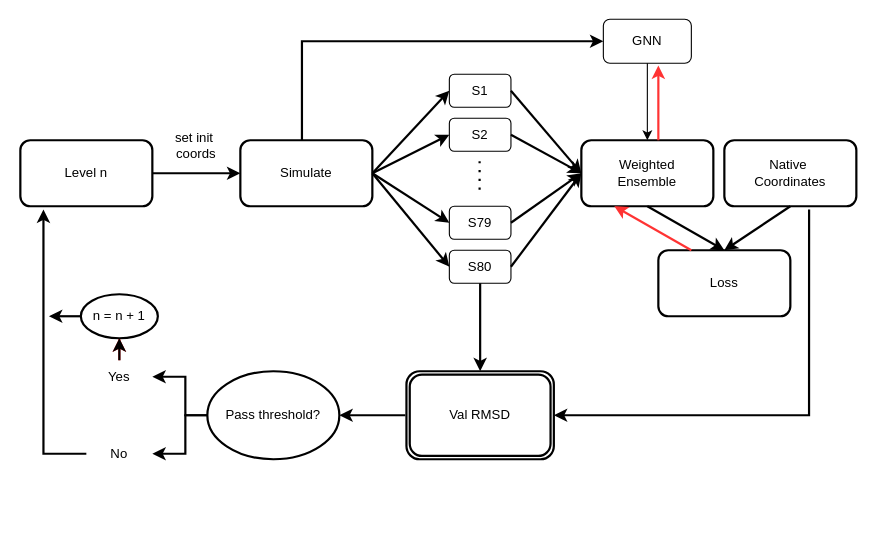
This is Untitled Diagram.drawio from 11carlesnavarro/HealthTrack, a draw.io file, before an edit. Source tidied: cells renumbered, new cells numbered last; positions are measured from the earlier drawing's top-left corner, leaving out a move shared by most shapes. Both pictures are drawn from the tidied source at 110%, with x=0, y=0 at pixel (20, 19).
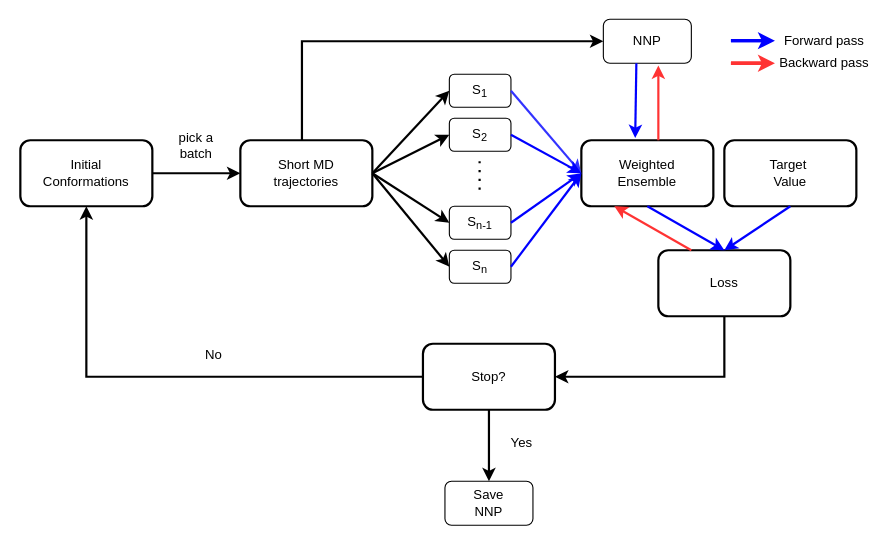
Above is the later version.

The change refers to these unchanged cells:
```xml
<mxCell id="14" value="Weighted&lt;br&gt;Ensemble" style="rounded=1;whiteSpace=wrap;html=1;strokeWidth=2;" parent="1" vertex="1">
  <mxGeometry x="510" y="110" width="120" height="60" as="geometry" />
</mxCell>
<mxCell id="20" value="Loss" style="rounded=1;whiteSpace=wrap;html=1;strokeWidth=2;" parent="1" vertex="1">
  <mxGeometry x="580" y="210" width="120" height="60" as="geometry" />
</mxCell>
```

What changed in the source:
```diff
@@
-    <mxCell id="3" value="Level n" style="rounded=1;whiteSpace=wrap;html=1;strokeWidth=2;" parent="1" vertex="1">
+    <mxCell id="3" value="Initial &lt;br&gt;Conformations" style="rounded=1;whiteSpace=wrap;html=1;strokeWidth=2;" parent="1" vertex="1">
       <mxGeometry y="110" width="120" height="60" as="geometry" />
     </mxCell>
-    <mxCell id="4" value="Simulate" style="whiteSpace=wrap;html=1;rounded=1;strokeColor=default;strokeWidth=2;" parent="1" vertex="1">
+    <mxCell id="4" value="Short MD&lt;br&gt;trajectories" style="whiteSpace=wrap;html=1;rounded=1;strokeColor=default;strokeWidth=2;" parent="1" vertex="1">
       <mxGeometry x="200" y="110" width="120" height="60" as="geometry" />
     </mxCell>
@@
-    <mxCell id="6" value="S1" style="rounded=1;whiteSpace=wrap;html=1;" parent="1" vertex="1">
+    <mxCell id="6" value="S&lt;sub&gt;1&lt;/sub&gt;" style="rounded=1;whiteSpace=wrap;html=1;" parent="1" vertex="1">
       <mxGeometry x="390" y="50" width="56" height="30" as="geometry" />
     </mxCell>
@@
-    <mxCell id="8" value="S2" style="rounded=1;whiteSpace=wrap;html=1;" parent="1" vertex="1">
+    <mxCell id="8" value="S&lt;sub&gt;2&lt;/sub&gt;" style="rounded=1;whiteSpace=wrap;html=1;" parent="1" vertex="1">
       <mxGeometry x="390" y="90" width="56" height="30" as="geometry" />
     </mxCell>
@@
-    <mxCell id="10" value="S79" style="rounded=1;whiteSpace=wrap;html=1;" parent="1" vertex="1">
+    <mxCell id="10" value="S&lt;sub&gt;n-1&lt;/sub&gt;" style="rounded=1;whiteSpace=wrap;html=1;" parent="1" vertex="1">
       <mxGeometry x="390" y="170" width="56" height="30" as="geometry" />
     </mxCell>
@@
-    <mxCell id="12" value="S80" style="rounded=1;whiteSpace=wrap;html=1;" parent="1" vertex="1">
+    <mxCell id="12" value="S&lt;sub&gt;n&lt;/sub&gt;" style="rounded=1;whiteSpace=wrap;html=1;" parent="1" vertex="1">
       <mxGeometry x="390" y="210" width="56" height="30" as="geometry" />
     </mxCell>
@@
-    <mxCell id="15" style="endArrow=classic;html=1;rounded=0;entryX=0;entryY=0.5;entryDx=0;entryDy=0;exitX=1;exitY=0.5;exitDx=0;exitDy=0;strokeWidth=2;" parent="1" edge="1" source="6" target="14">
+    <mxCell id="15" style="endArrow=classic;html=1;rounded=0;entryX=0;entryY=0.5;entryDx=0;entryDy=0;exitX=1;exitY=0.5;exitDx=0;exitDy=0;strokeWidth=2;strokeColor=#3333FF;" parent="1" edge="1" source="6" target="14">
       <mxGeometry relative="1" as="geometry" />
     </mxCell>
-    <mxCell id="16" style="endArrow=classic;html=1;rounded=0;entryX=0;entryY=0.5;entryDx=0;entryDy=0;exitX=1;exitY=0.5;exitDx=0;exitDy=0;strokeWidth=2;" parent="1" edge="1" source="8" target="14">
+    <mxCell id="16" style="endArrow=classic;html=1;rounded=0;entryX=0;entryY=0.5;entryDx=0;entryDy=0;exitX=1;exitY=0.5;exitDx=0;exitDy=0;strokeWidth=2;strokeColor=#0000FF;" parent="1" edge="1" source="8" target="14">
       <mxGeometry relative="1" as="geometry" />
     </mxCell>
-    <mxCell id="17" style="endArrow=classic;html=1;rounded=0;exitX=1;exitY=0.5;exitDx=0;exitDy=0;entryX=0;entryY=0.5;entryDx=0;entryDy=0;strokeWidth=2;" parent="1" edge="1" source="10" target="14">
+    <mxCell id="17" style="endArrow=classic;html=1;rounded=0;exitX=1;exitY=0.5;exitDx=0;exitDy=0;entryX=0;entryY=0.5;entryDx=0;entryDy=0;strokeWidth=2;strokeColor=#0000FF;" parent="1" edge="1" source="10" target="14">
       <mxGeometry relative="1" as="geometry" />
     </mxCell>
-    <mxCell id="18" style="endArrow=classic;html=1;rounded=0;entryX=0;entryY=0.5;entryDx=0;entryDy=0;exitX=1;exitY=0.5;exitDx=0;exitDy=0;strokeWidth=2;" parent="1" edge="1" source="12" target="14">
+    <mxCell id="18" style="endArrow=classic;html=1;rounded=0;entryX=0;entryY=0.5;entryDx=0;entryDy=0;exitX=1;exitY=0.5;exitDx=0;exitDy=0;strokeWidth=2;strokeColor=#0000FF;" parent="1" edge="1" source="12" target="14">
       <mxGeometry relative="1" as="geometry" />
     </mxCell>
-    <mxCell id="19" value="Native&amp;nbsp;&lt;br&gt;Coordinates" style="rounded=1;whiteSpace=wrap;html=1;strokeWidth=2;" parent="1" vertex="1">
+    <mxCell id="19" value="Target&amp;nbsp;&lt;br&gt;Value" style="rounded=1;whiteSpace=wrap;html=1;strokeWidth=2;" parent="1" vertex="1">
       <mxGeometry x="640" y="110" width="120" height="60" as="geometry" />
     </mxCell>
@@
-    <mxCell id="21" style="endArrow=classic;html=1;rounded=0;exitX=0.5;exitY=1;exitDx=0;exitDy=0;entryX=0.5;entryY=0;entryDx=0;entryDy=0;strokeWidth=2;" parent="1" edge="1" source="14" target="20">
+    <mxCell id="21" style="endArrow=classic;html=1;rounded=0;exitX=0.5;exitY=1;exitDx=0;exitDy=0;entryX=0.5;entryY=0;entryDx=0;entryDy=0;strokeWidth=2;strokeColor=#0000FF;" parent="1" edge="1" source="14" target="20">
       <mxGeometry relative="1" as="geometry" />
     </mxCell>
-    <mxCell id="22" style="endArrow=classic;html=1;rounded=0;entryX=0.5;entryY=0;entryDx=0;entryDy=0;exitX=0.5;exitY=1;exitDx=0;exitDy=0;strokeWidth=2;" parent="1" edge="1" source="19" target="20">
+    <mxCell id="22" style="endArrow=classic;html=1;rounded=0;entryX=0.5;entryY=0;entryDx=0;entryDy=0;exitX=0.5;exitY=1;exitDx=0;exitDy=0;strokeWidth=2;strokeColor=#0000FF;" parent="1" edge="1" source="19" target="20">
       <mxGeometry relative="1" as="geometry" />
     </mxCell>
@@
-    <mxCell id="24" style="endArrow=classic;html=1;rounded=0;exitX=0.5;exitY=1;exitDx=0;exitDy=0;strokeWidth=2;" parent="1" edge="1" source="12">
-      <mxGeometry relative="1" as="geometry">
-        <mxPoint x="418" y="320" as="targetPoint" />
-      </mxGeometry>
-    </mxCell>
-    <mxCell id="25" style="endArrow=classic;html=1;rounded=0;exitX=0.642;exitY=1.05;exitDx=0;exitDy=0;exitPerimeter=0;entryX=1;entryY=0.5;entryDx=0;entryDy=0;strokeWidth=2;" parent="1" edge="1" source="19" target="26">
+    <mxCell id="25" style="endArrow=classic;html=1;rounded=0;exitX=0.5;exitY=1;exitDx=0;exitDy=0;entryX=1;entryY=0.5;entryDx=0;entryDy=0;strokeWidth=2;" parent="1" edge="1" source="20" target="43">
       <mxGeometry relative="1" as="geometry">
         <Array as="points">
-          <mxPoint x="717" y="290" />
-          <mxPoint x="717" y="360" />
-          <mxPoint x="640" y="360" />
-          <mxPoint x="540" y="360" />
+          <mxPoint x="640" y="325" />
+          <mxPoint x="566" y="325" />
         </Array>
       </mxGeometry>
     </mxCell>
-    <mxCell id="26" value="Val RMSD" style="shape=ext;double=1;rounded=1;whiteSpace=wrap;html=1;strokeWidth=2;" parent="1" vertex="1">
-      <mxGeometry x="351" y="320" width="134" height="80" as="geometry" />
-    </mxCell>
-    <mxCell id="27" style="endArrow=classic;html=1;rounded=0;strokeWidth=2;" parent="1" edge="1">
-      <mxGeometry relative="1" as="geometry">
-        <mxPoint x="350" y="360" as="sourcePoint" />
-        <mxPoint x="290" y="360" as="targetPoint" />
-      </mxGeometry>
-    </mxCell>
-    <mxCell id="28" value="Pass threshold?" style="ellipse;whiteSpace=wrap;html=1;rounded=1;strokeWidth=2;" parent="1" vertex="1">
-      <mxGeometry x="170" y="320" width="120" height="80" as="geometry" />
-    </mxCell>
-    <mxCell id="29" style="endArrow=classic;html=1;rounded=0;exitX=0;exitY=0.5;exitDx=0;exitDy=0;entryX=1;entryY=0.5;entryDx=0;entryDy=0;strokeWidth=2;" parent="1" edge="1" source="28" target="31">
-      <mxGeometry relative="1" as="geometry">
-        <Array as="points">
-          <mxPoint x="150" y="360" />
-          <mxPoint x="150" y="325" />
-        </Array>
-      </mxGeometry>
-    </mxCell>
-    <mxCell id="30" style="edgeStyle=orthogonalEdgeStyle;rounded=0;jettySize=auto;html=1;strokeColor=#FF3333;strokeWidth=2;" parent="1" edge="1" source="31" target="34">
-      <mxGeometry relative="1" as="geometry" />
-    </mxCell>
-    <mxCell id="31" value="Yes" style="text;html=1;strokeColor=none;fillColor=none;align=center;verticalAlign=middle;whiteSpace=wrap;rounded=0;" parent="1" vertex="1">
-      <mxGeometry x="60" y="310" width="60" height="30" as="geometry" />
-    </mxCell>
-    <mxCell id="32" style="endArrow=classic;html=1;rounded=0;exitX=0;exitY=0.5;exitDx=0;exitDy=0;entryX=1;entryY=0.5;entryDx=0;entryDy=0;strokeWidth=2;" parent="1" edge="1" target="33">
-      <mxGeometry relative="1" as="geometry">
-        <mxPoint x="170" y="360" as="sourcePoint" />
-        <Array as="points">
-          <mxPoint x="150" y="360" />
-          <mxPoint x="150" y="395" />
-        </Array>
-      </mxGeometry>
-    </mxCell>
-    <mxCell id="33" value="No" style="text;html=1;strokeColor=none;fillColor=none;align=center;verticalAlign=middle;whiteSpace=wrap;rounded=0;" parent="1" vertex="1">
-      <mxGeometry x="60" y="380" width="60" height="30" as="geometry" />
-    </mxCell>
-    <mxCell id="34" value="n = n + 1" style="ellipse;whiteSpace=wrap;html=1;rounded=1;strokeWidth=2;" parent="1" vertex="1">
-      <mxGeometry x="55" y="250" width="70" height="40" as="geometry" />
-    </mxCell>
-    <mxCell id="35" style="endArrow=classic;html=1;rounded=0;entryX=0.5;entryY=1;entryDx=0;entryDy=0;strokeWidth=2;" parent="1" edge="1" target="34">
-      <mxGeometry relative="1" as="geometry">
-        <mxPoint x="90" y="310" as="sourcePoint" />
-      </mxGeometry>
-    </mxCell>
-    <mxCell id="36" style="endArrow=classic;html=1;rounded=0;entryX=0.175;entryY=1.05;entryDx=0;entryDy=0;entryPerimeter=0;exitX=0;exitY=0.5;exitDx=0;exitDy=0;strokeWidth=2;" parent="1" edge="1" source="33" target="3">
+    <mxCell id="36" style="endArrow=classic;html=1;rounded=0;entryX=0.5;entryY=1;entryDx=0;entryDy=0;exitX=0;exitY=0.5;exitDx=0;exitDy=0;strokeWidth=2;" parent="1" edge="1" source="43" target="3">
       <mxGeometry relative="1" as="geometry">
         <Array as="points">
-          <mxPoint x="40" y="395" />
-          <mxPoint x="21" y="395" />
+          <mxPoint x="60" y="325" />
         </Array>
       </mxGeometry>
     </mxCell>
-    <mxCell id="37" style="endArrow=classic;html=1;rounded=0;strokeWidth=2;exitX=0;exitY=0.5;exitDx=0;exitDy=0;" parent="1" edge="1" source="34">
-      <mxGeometry relative="1" as="geometry">
-        <mxPoint x="26" y="270" as="targetPoint" />
-      </mxGeometry>
-    </mxCell>
-    <mxCell id="38" value="set init&amp;nbsp;&lt;br&gt;coords" style="text;html=1;strokeColor=none;fillColor=none;align=center;verticalAlign=middle;whiteSpace=wrap;rounded=0;" parent="1" vertex="1">
+    <mxCell id="38" value="pick a batch" style="text;html=1;strokeColor=none;fillColor=none;align=center;verticalAlign=middle;whiteSpace=wrap;rounded=0;" parent="1" vertex="1">
       <mxGeometry x="130" y="100" width="60" height="30" as="geometry" />
     </mxCell>
@@
-    <mxCell id="40" value="GNN" style="rounded=1;whiteSpace=wrap;html=1;" parent="1" vertex="1">
+    <mxCell id="40" value="NNP" style="rounded=1;whiteSpace=wrap;html=1;" parent="1" vertex="1">
       <mxGeometry x="530" width="80" height="40" as="geometry" />
     </mxCell>
-    <mxCell id="41" style="endArrow=classic;html=1;rounded=0;entryX=0.5;entryY=0;entryDx=0;entryDy=0;exitX=0.5;exitY=1;exitDx=0;exitDy=0;" parent="1" edge="1" source="40" target="14">
-      <mxGeometry relative="1" as="geometry" />
-    </mxCell>
@@
+    <mxCell id="43" value="Stop?" style="rounded=1;whiteSpace=wrap;html=1;strokeWidth=2;" parent="1" vertex="1">
+      <mxGeometry x="366" y="295" width="120" height="60" as="geometry" />
+    </mxCell>
+    <mxCell id="33" value="No" style="text;html=1;strokeColor=none;fillColor=none;align=center;verticalAlign=middle;whiteSpace=wrap;rounded=0;" parent="1" vertex="1">
+      <mxGeometry x="146" y="290" width="60" height="30" as="geometry" />
+    </mxCell>
+    <mxCell id="44" style="endArrow=classic;html=1;rounded=0;exitX=0.5;exitY=1;exitDx=0;exitDy=0;strokeWidth=2;" parent="1" edge="1">
+      <mxGeometry relative="1" as="geometry">
+        <mxPoint x="426" y="355" as="sourcePoint" />
+        <mxPoint x="426" y="420" as="targetPoint" />
+      </mxGeometry>
+    </mxCell>
+    <mxCell id="31" value="Yes" style="text;html=1;strokeColor=none;fillColor=none;align=center;verticalAlign=middle;whiteSpace=wrap;rounded=0;" parent="1" vertex="1">
+      <mxGeometry x="426" y="370" width="60" height="30" as="geometry" />
+    </mxCell>
+    <mxCell id="45" value="Save&lt;br&gt;NNP" style="rounded=1;whiteSpace=wrap;html=1;" parent="1" vertex="1">
+      <mxGeometry x="386" y="420" width="80" height="40" as="geometry" />
+    </mxCell>
+    <mxCell id="46" style="endArrow=classic;html=1;rounded=0;exitX=0.5;exitY=1;exitDx=0;exitDy=0;entryX=0.408;entryY=-0.033;entryDx=0;entryDy=0;strokeWidth=2;strokeColor=#0000FF;entryPerimeter=0;" parent="1" edge="1" target="14">
+      <mxGeometry relative="1" as="geometry">
+        <mxPoint x="560" y="40" as="sourcePoint" />
+      </mxGeometry>
+    </mxCell>
+    <mxCell id="47" style="endArrow=none;html=1;rounded=0;strokeColor=#0000FF;strokeWidth=3;" parent="1" edge="1">
+      <mxGeometry relative="1" as="geometry">
+        <mxPoint x="646" y="19.5" as="sourcePoint" />
+        <mxPoint x="682" y="19.5" as="targetPoint" />
+      </mxGeometry>
+    </mxCell>
+    <mxCell id="48" style="endArrow=none;html=1;rounded=0;strokeColor=#FF3333;strokeWidth=3;" parent="1" edge="1">
+      <mxGeometry relative="1" as="geometry">
+        <mxPoint x="646" y="40" as="sourcePoint" />
+        <mxPoint x="682" y="40" as="targetPoint" />
+        <Array as="points">
+          <mxPoint x="662" y="40" />
+        </Array>
+      </mxGeometry>
+    </mxCell>
+    <mxCell id="49" value="Forward pass" style="text;html=1;strokeColor=none;fillColor=none;align=center;verticalAlign=middle;whiteSpace=wrap;rounded=0;" parent="1" vertex="1">
+      <mxGeometry x="686" y="10" width="90" height="20" as="geometry" />
+    </mxCell>
+    <mxCell id="50" value="Backward pass" style="text;html=1;strokeColor=none;fillColor=none;align=center;verticalAlign=middle;whiteSpace=wrap;rounded=0;" parent="1" vertex="1">
+      <mxGeometry x="686" y="30" width="90" height="20" as="geometry" />
+    </mxCell>
+    <mxCell id="51" style="endArrow=classic;html=1;rounded=0;strokeColor=#FF3333;strokeWidth=3;entryX=0;entryY=0.5;entryDx=0;entryDy=0;" parent="1" edge="1" target="50">
+      <mxGeometry relative="1" as="geometry">
+        <mxPoint x="646" y="40" as="sourcePoint" />
+      </mxGeometry>
+    </mxCell>
+    <mxCell id="52" style="endArrow=classic;html=1;rounded=0;strokeColor=#0000FF;strokeWidth=3;entryX=0;entryY=0.5;entryDx=0;entryDy=0;" parent="1" edge="1">
+      <mxGeometry relative="1" as="geometry">
+        <mxPoint x="646" y="19.5" as="sourcePoint" />
+        <mxPoint x="686" y="19.5" as="targetPoint" />
+      </mxGeometry>
+    </mxCell>
```
